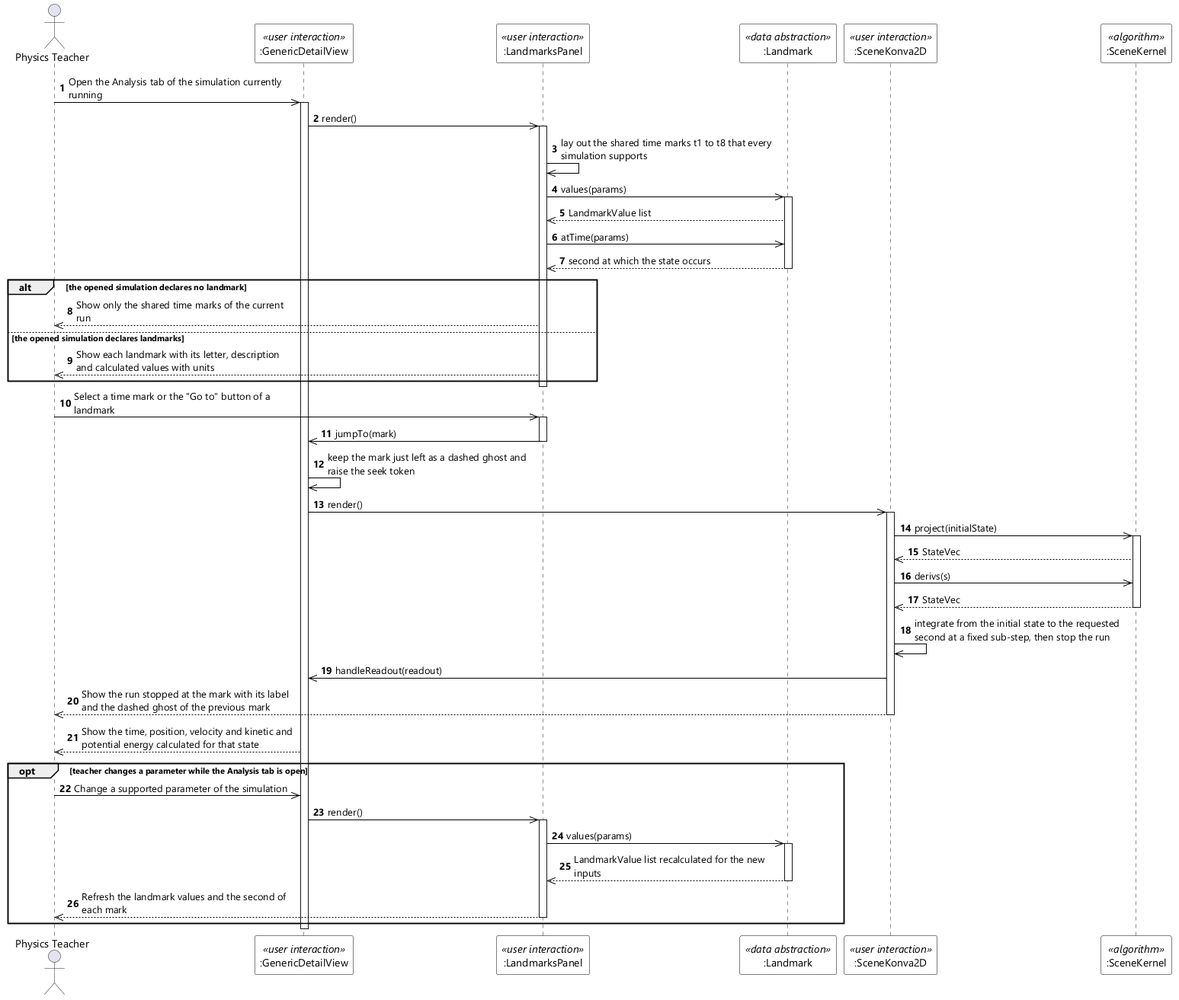
Above: designs/sds-diagrams/uc53/uc53-sequence-diagram-stereo.png in EduA-system/EduA-system (PlantUML), before the change. The source it was exported from:
```plantuml
@startuml UC-53 View Physics Simulation Analysis - Sequence Diagram (stereo)
skinparamlocked dpi 96
skinparam defaultFontName "Segoe UI"
skinparam shadowing false
skinparam ParticipantBackgroundColor #FFFFFF
skinparam ParticipantBorderColor #000000
skinparam ArrowColor #000000
skinparam sequenceMessageAlign left
skinparam maxMessageSize 280

actor "Physics Teacher" as Teacher
participant ":GenericDetailView" as GDV <<user interaction>>
participant ":LandmarksPanel" as PANEL <<user interaction>>
participant ":Landmark" as MARK <<data abstraction>>
participant ":SceneKonva2D" as CANVAS <<user interaction>>
participant ":SceneKernel" as KERNEL <<algorithm>>

autonumber
Teacher ->> GDV : Open the Analysis tab of the simulation currently running
activate GDV
GDV ->> PANEL : render()
activate PANEL
PANEL ->> PANEL : lay out the shared time marks t1 to t8 that every simulation supports
PANEL ->> MARK : values(params)
activate MARK
MARK -->> PANEL : LandmarkValue list
PANEL ->> MARK : atTime(params)
MARK -->> PANEL : second at which the state occurs
deactivate MARK

alt the opened simulation declares no landmark
  PANEL -->> Teacher : Show only the shared time marks of the current run
else the opened simulation declares landmarks
  PANEL -->> Teacher : Show each landmark with its letter, description and calculated values with units
end
deactivate PANEL

Teacher ->> PANEL : Select a time mark or the "Go to" button of a landmark
activate PANEL
PANEL ->> GDV : jumpTo(mark)
deactivate PANEL
GDV ->> GDV : keep the mark just left as a dashed ghost and raise the seek token
GDV ->> CANVAS : render()
activate CANVAS
CANVAS ->> KERNEL : project(initialState)
activate KERNEL
KERNEL -->> CANVAS : StateVec
CANVAS ->> KERNEL : derivs(s)
KERNEL -->> CANVAS : StateVec
deactivate KERNEL
CANVAS ->> CANVAS : integrate from the initial state to the requested second at a fixed sub-step, then stop the run
CANVAS ->> GDV : handleReadout(readout)
CANVAS -->> Teacher : Show the run stopped at the mark with its label and the dashed ghost of the previous mark
deactivate CANVAS
GDV -->> Teacher : Show the time, position, velocity and kinetic and potential energy calculated for that state

opt teacher changes a parameter while the Analysis tab is open
  Teacher ->> GDV : Change a supported parameter of the simulation
  GDV ->> PANEL : render()
  activate PANEL
  PANEL ->> MARK : values(params)
  activate MARK
  MARK -->> PANEL : LandmarkValue list recalculated for the new inputs
  deactivate MARK
  PANEL -->> Teacher : Refresh the landmark values and the second of each mark
  deactivate PANEL
end
deactivate GDV
@enduml
```
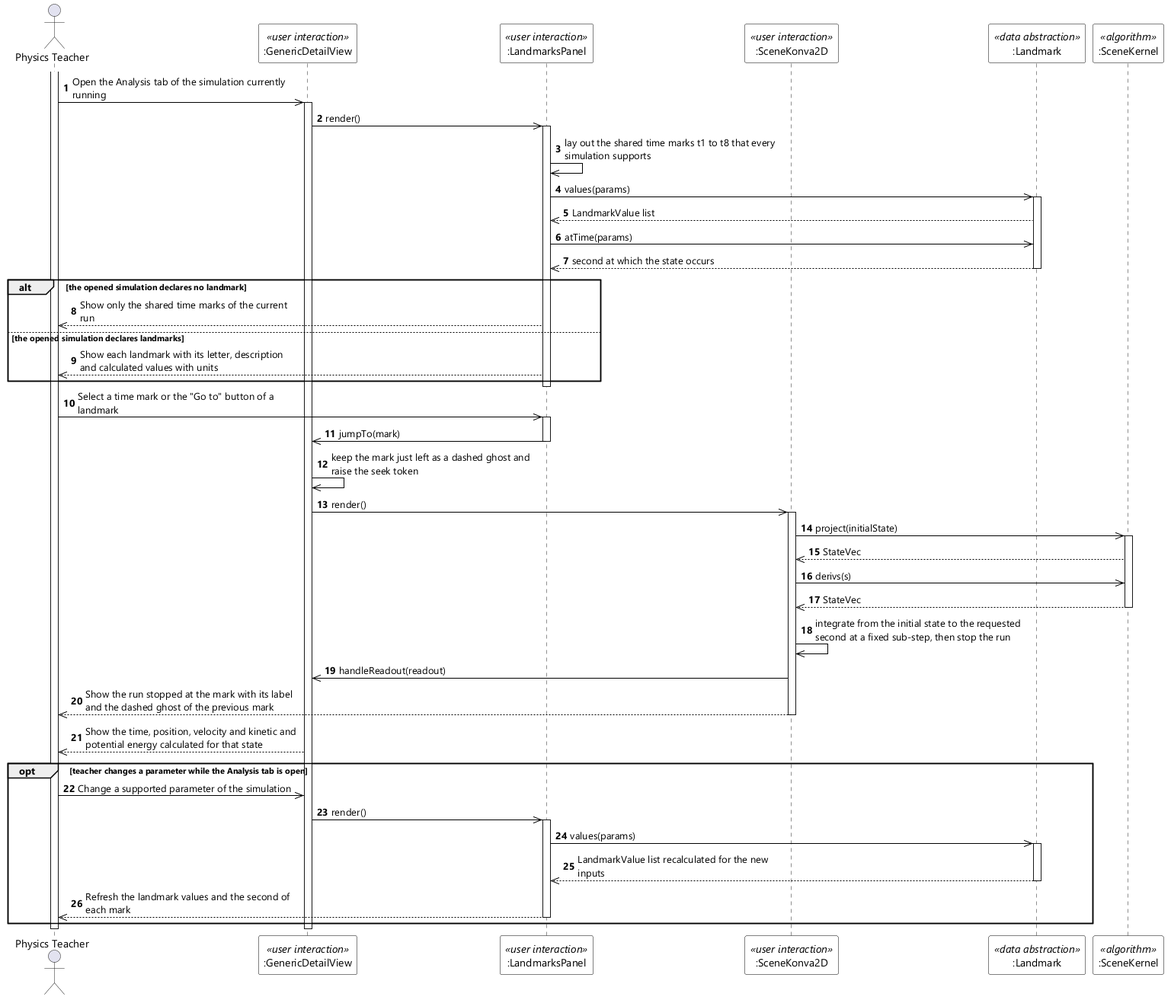
Later version of the same file.

Diff of the diagram source:
```diff
@@ -11,11 +11,12 @@
 actor "Physics Teacher" as Teacher
 participant ":GenericDetailView" as GDV <<user interaction>>
 participant ":LandmarksPanel" as PANEL <<user interaction>>
+participant ":SceneKonva2D" as CANVAS <<user interaction>>
 participant ":Landmark" as MARK <<data abstraction>>
-participant ":SceneKonva2D" as CANVAS <<user interaction>>
 participant ":SceneKernel" as KERNEL <<algorithm>>
 
 autonumber
+activate Teacher
 Teacher ->> GDV : Open the Analysis tab of the simulation currently running
 activate GDV
 GDV ->> PANEL : render()
@@ -66,4 +67,5 @@
   deactivate PANEL
 end
 deactivate GDV
+deactivate Teacher
 @enduml
```
